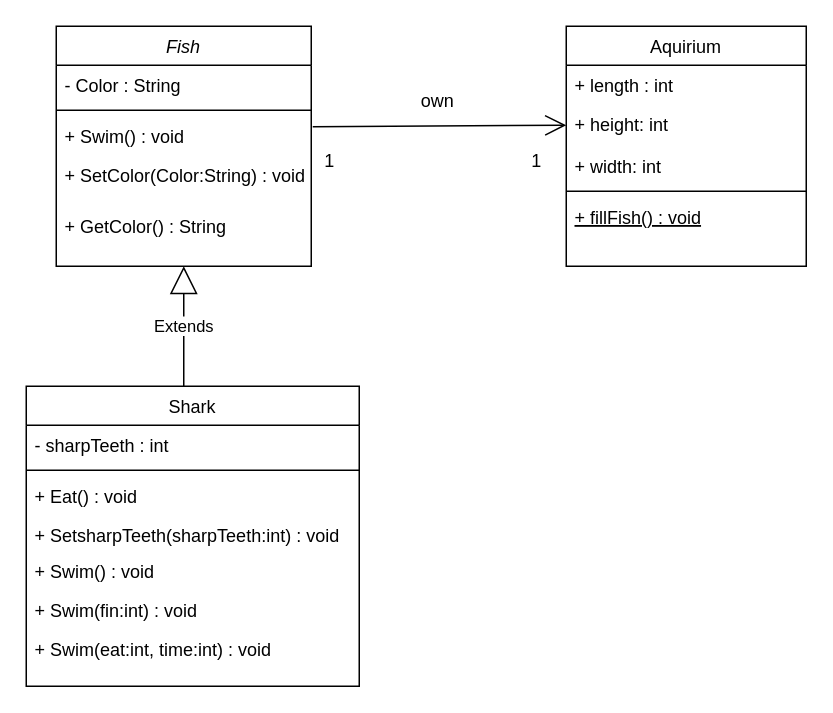
This is Exercise1ClassDiagram.drawio from Nazarifah/week2ClassDiagram, a draw.io file, before an edit. Source tidied: cells renumbered, new cells numbered last; positions are measured from the earlier drawing's top-left corner, leaving out a move shared by most shapes. Both pictures are drawn from the tidied source at 150%, with x=0, y=0 at pixel (26, 26).
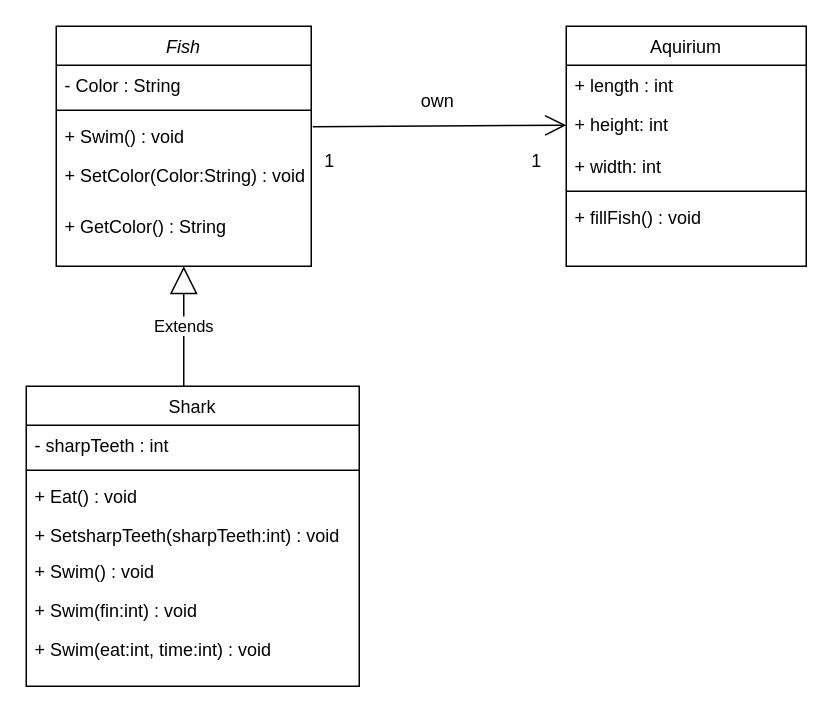
After the change.

Unchanged cells that the change refers to:
```xml
<mxCell id="11" value="Aquirium" style="swimlane;fontStyle=0;align=center;verticalAlign=top;horizontal=1;startSize=26;rounded=0;shadow=0;strokeWidth=1;" parent="1" vertex="1">
  <mxGeometry x="360" width="160" height="160" as="geometry" />
</mxCell>
```

Change to the diagram source:
```diff
@@
-    <mxCell id="16" value="+ fillFish() : void" style="text;align=left;verticalAlign=top;spacingLeft=4;spacingRight=4;overflow=hidden;fontStyle=4;" parent="11" vertex="1">
+    <mxCell id="16" value="+ fillFish() : void" style="text;align=left;verticalAlign=top;spacingLeft=4;spacingRight=4;overflow=hidden;fontStyle=0;" parent="11" vertex="1">
       <mxGeometry y="114" width="160" height="26" as="geometry" />
     </mxCell>
```
